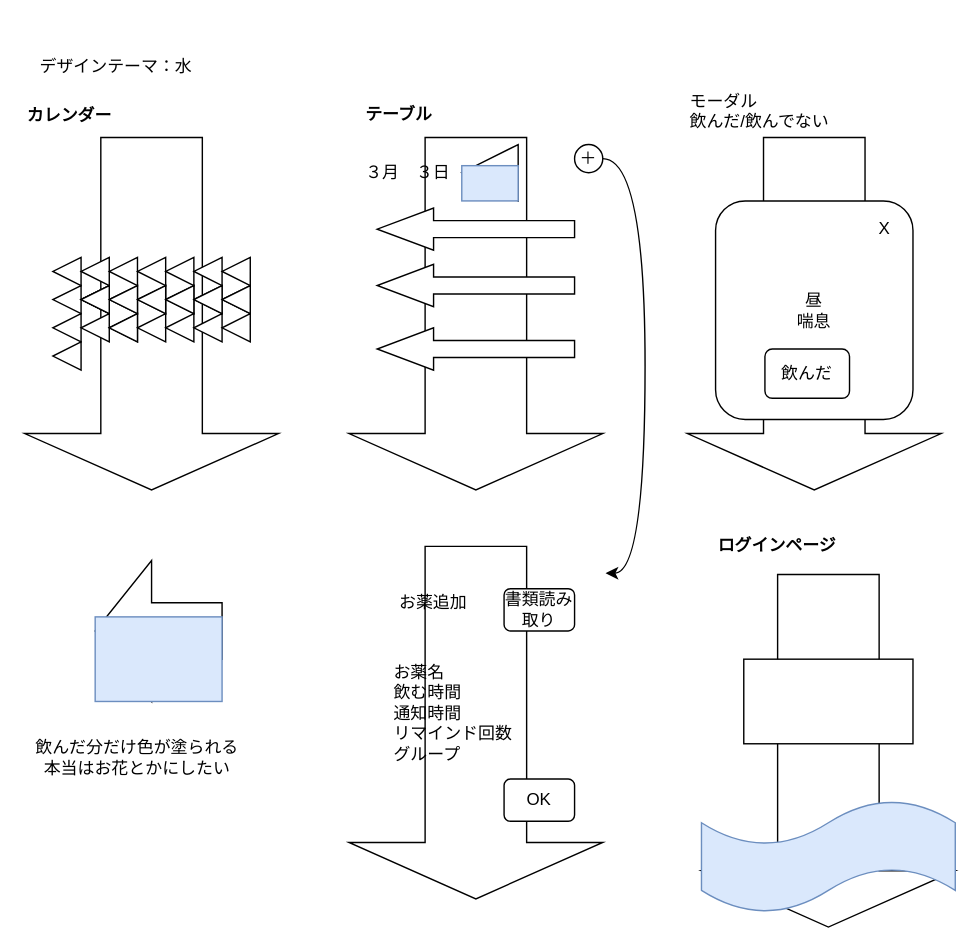
The draw.io diagram page "画面デザイン" (3 of 3) of DBstracture.drawio in YukaUU/final-project, before the edit. Source tidied: cells renumbered, new cells numbered last; positions are measured from the earlier drawing's top-left corner, leaving out a move shared by most shapes. Both pictures are drawn from the tidied source at 141%, with x=0, y=0 at pixel (24, 24).
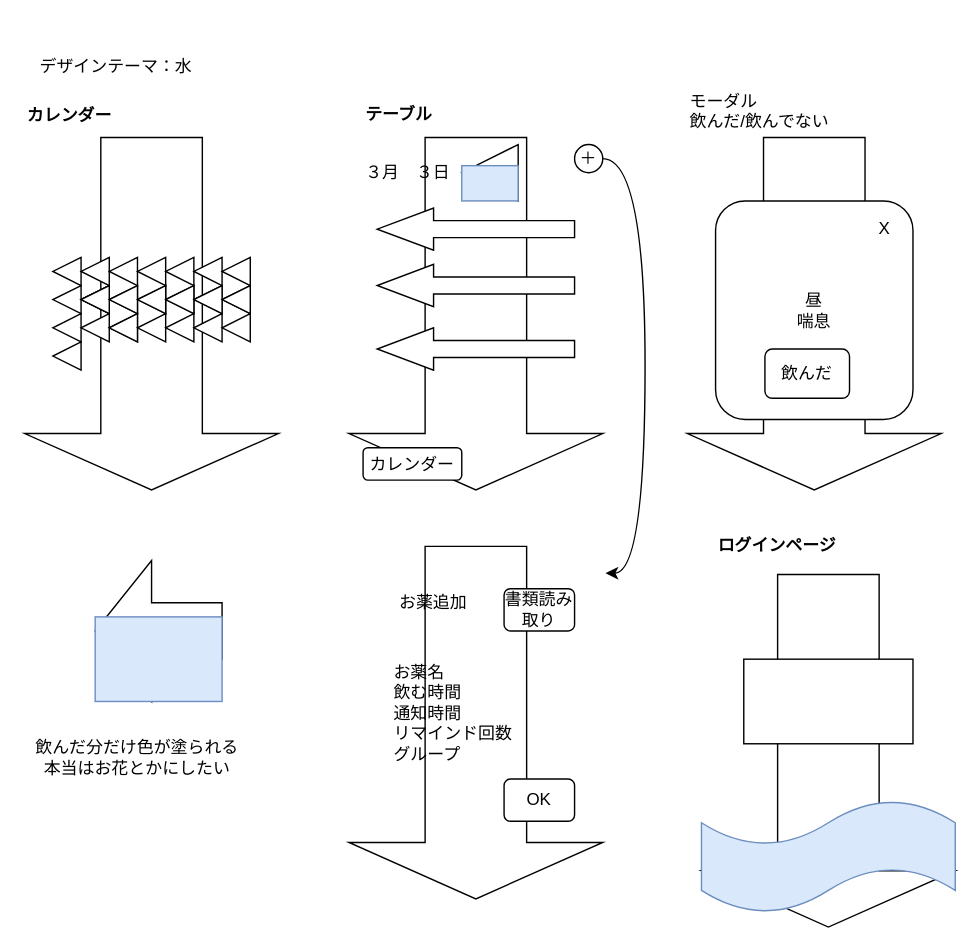
The same diagram, later.

What changed in the source:
```diff
@@
+    <mxCell id="62" value="カレンダー" style="rounded=1;whiteSpace=wrap;html=1;" parent="1" vertex="1">
+      <mxGeometry x="240" y="300" width="70" height="23" as="geometry" />
+    </mxCell>
```
